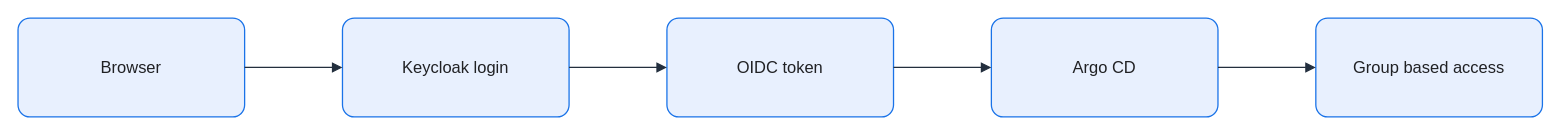
Earlier version of the draw.io diagram assets/img/security/keycloak-argocd-sso-flow.drawio (KKamJi98/kkamji98.github.io). Source tidied: cells renumbered, new cells numbered last; positions are measured from the earlier drawing's top-left corner, leaving out a move shared by most shapes. Both pictures are drawn from the tidied source at 103%, with x=0, y=0 at pixel (18, 18).
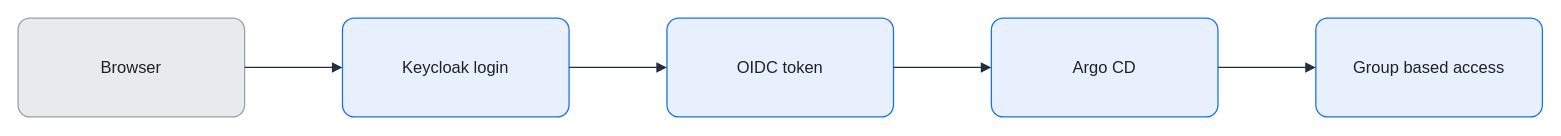
After the change.

Change to the diagram source:
```diff
@@
 <mxGraphModel background="#FFFFFF">
   <root>
     <mxCell id="0" />
     <mxCell id="1" parent="0" />
-    <mxCell id="2" value="Browser" style="rounded=1;arcSize=12;whiteSpace=wrap;html=0;fillColor=#E8F0FE;strokeColor=#1A73E8;strokeWidth=1.25;fontColor=#202124;fontSize=16;align=center;verticalAlign=middle;spacing=8;shadow=0;" parent="1" vertex="1">
+    <mxCell id="2" value="Browser" style="rounded=1;arcSize=12;whiteSpace=wrap;html=0;fillColor=#E8EAED;strokeColor=#9AA0A6;strokeWidth=1.25;fontColor=#202124;fontSize=16;align=center;verticalAlign=middle;spacing=8;shadow=0;" parent="1" vertex="1">
       <mxGeometry width="220" height="96" as="geometry" />
     </mxCell>
     <mxCell id="3" value="Keycloak login" style="rounded=1;arcSize=12;whiteSpace=wrap;html=0;fillColor=#E8F0FE;strokeColor=#1A73E8;strokeWidth=1.25;fontColor=#202124;fontSize=16;align=center;verticalAlign=middle;spacing=8;shadow=0;" parent="1" vertex="1">
       <mxGeometry x="315" width="220" height="96" as="geometry" />
     </mxCell>
     <mxCell id="4" value="OIDC token" style="rounded=1;arcSize=12;whiteSpace=wrap;html=0;fillColor=#E8F0FE;strokeColor=#1A73E8;strokeWidth=1.25;fontColor=#202124;fontSize=16;align=center;verticalAlign=middle;spacing=8;shadow=0;" parent="1" vertex="1">
       <mxGeometry x="630" width="220" height="96" as="geometry" />
     </mxCell>
     <mxCell id="5" value="Argo CD" style="rounded=1;arcSize=12;whiteSpace=wrap;html=0;fillColor=#E8F0FE;strokeColor=#1A73E8;strokeWidth=1.25;fontColor=#202124;fontSize=16;align=center;verticalAlign=middle;spacing=8;shadow=0;" parent="1" vertex="1">
       <mxGeometry x="945" width="220" height="96" as="geometry" />
     </mxCell>
     <mxCell id="6" value="Group based access" style="rounded=1;arcSize=12;whiteSpace=wrap;html=0;fillColor=#E8F0FE;strokeColor=#1A73E8;strokeWidth=1.25;fontColor=#202124;fontSize=16;align=center;verticalAlign=middle;spacing=8;shadow=0;" parent="1" vertex="1">
       <mxGeometry x="1260" width="220" height="96" as="geometry" />
     </mxCell>
     <mxCell id="7" style="edgeStyle=orthogonalEdgeStyle;rounded=0;jettySize=auto;html=0;endArrow=block;endFill=1;strokeColor=#232F3E;strokeWidth=1.25;fontColor=#202124;labelBackgroundColor=none;exitX=1;exitY=0.5;exitDx=0;exitDy=0;entryX=0;entryY=0.5;entryDx=0;entryDy=0;endSize=7;" parent="1" edge="1" source="2" target="3">
       <mxGeometry relative="1" as="geometry" />
     </mxCell>
     <mxCell id="8" style="edgeStyle=orthogonalEdgeStyle;rounded=0;jettySize=auto;html=0;endArrow=block;endFill=1;strokeColor=#232F3E;strokeWidth=1.25;fontColor=#202124;labelBackgroundColor=none;exitX=1;exitY=0.5;exitDx=0;exitDy=0;entryX=0;entryY=0.5;entryDx=0;entryDy=0;endSize=7;" parent="1" edge="1" source="3" target="4">
       <mxGeometry relative="1" as="geometry" />
     </mxCell>
     <mxCell id="9" style="edgeStyle=orthogonalEdgeStyle;rounded=0;jettySize=auto;html=0;endArrow=block;endFill=1;strokeColor=#232F3E;strokeWidth=1.25;fontColor=#202124;labelBackgroundColor=none;exitX=1;exitY=0.5;exitDx=0;exitDy=0;entryX=0;entryY=0.5;entryDx=0;entryDy=0;endSize=7;" parent="1" edge="1" source="4" target="5">
       <mxGeometry relative="1" as="geometry" />
     </mxCell>
     <mxCell id="10" style="edgeStyle=orthogonalEdgeStyle;rounded=0;jettySize=auto;html=0;endArrow=block;endFill=1;strokeColor=#232F3E;strokeWidth=1.25;fontColor=#202124;labelBackgroundColor=none;exitX=1;exitY=0.5;exitDx=0;exitDy=0;entryX=0;entryY=0.5;entryDx=0;entryDy=0;endSize=7;" parent="1" edge="1" source="5" target="6">
       <mxGeometry relative="1" as="geometry" />
     </mxCell>
   </root>
 </mxGraphModel>
```
